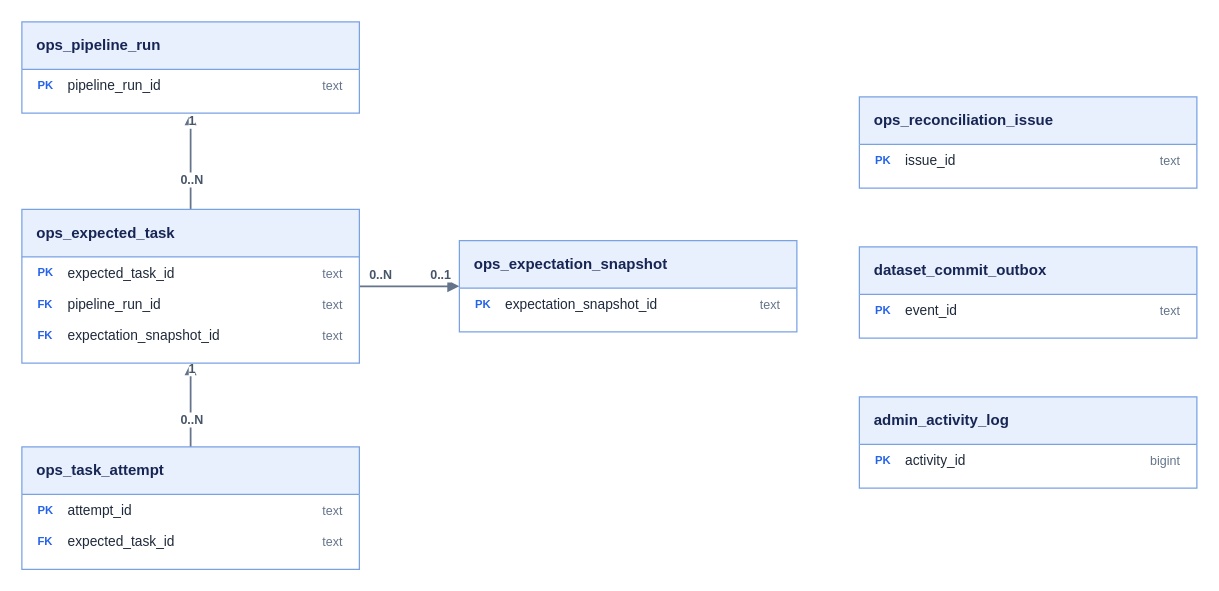
alphaeveryday/edge keeps this draw.io diagram as docs/data-model/domains/operations/erd.drawio. Above is the earlier version. Source tidied: cells renumbered, new cells numbered last; positions are measured from the earlier drawing's top-left corner, leaving out a move shared by most shapes. Both pictures are drawn from the tidied source at 125%, with x=0, y=0 at pixel (21, 21).
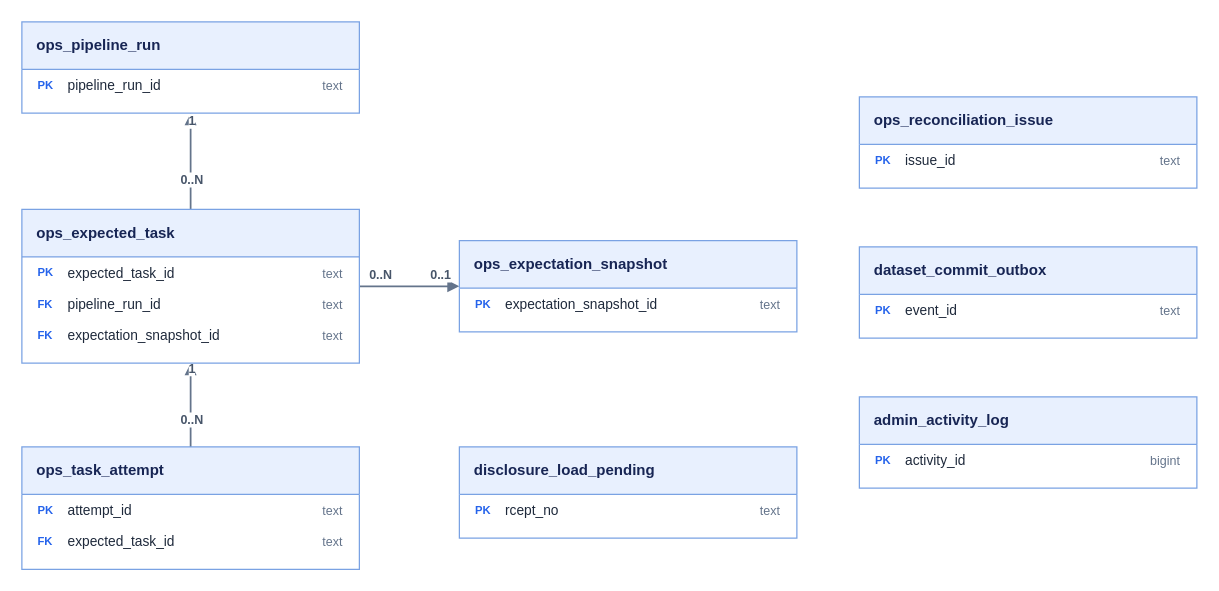
The same page after the edit.

The edit, as a diff of the source:
```diff
@@
+    <mxCell id="28" value="disclosure_load_pending" style="swimlane;horizontal=1;startSize=38;rounded=0;html=1;fillColor=#e8f0fe;swimlaneFillColor=#ffffff;strokeColor=#7aa2e3;fontColor=#172554;fontStyle=1;align=left;spacingLeft=10;verticalAlign=middle;" parent="1" vertex="1">
+      <mxGeometry x="350" y="340" width="270" height="73" as="geometry" />
+    </mxCell>
+    <mxCell id="29" value="&lt;table style=&quot;width:246px;border-collapse:collapse;table-layout:fixed;&quot;&gt;&lt;tr&gt;&lt;td style=&quot;width:22px;color:#2563eb;font-size:9px;font-weight:700;white-space:nowrap;&quot;&gt;PK&lt;/td&gt;&lt;td style=&quot;white-space:nowrap;&quot;&gt;rcept_no&lt;/td&gt;&lt;td style=&quot;width:72px;text-align:right;color:#64748b;font-size:10px;white-space:nowrap;&quot;&gt;text&lt;/td&gt;&lt;/tr&gt;&lt;/table&gt;" style="text;html=1;strokeColor=none;fillColor=none;align=left;verticalAlign=middle;spacingLeft=10;spacingRight=10;fontColor=#1e293b;fontSize=11;" parent="28" vertex="1">
+      <mxGeometry y="38" width="270" height="25" as="geometry" />
+    </mxCell>
```
